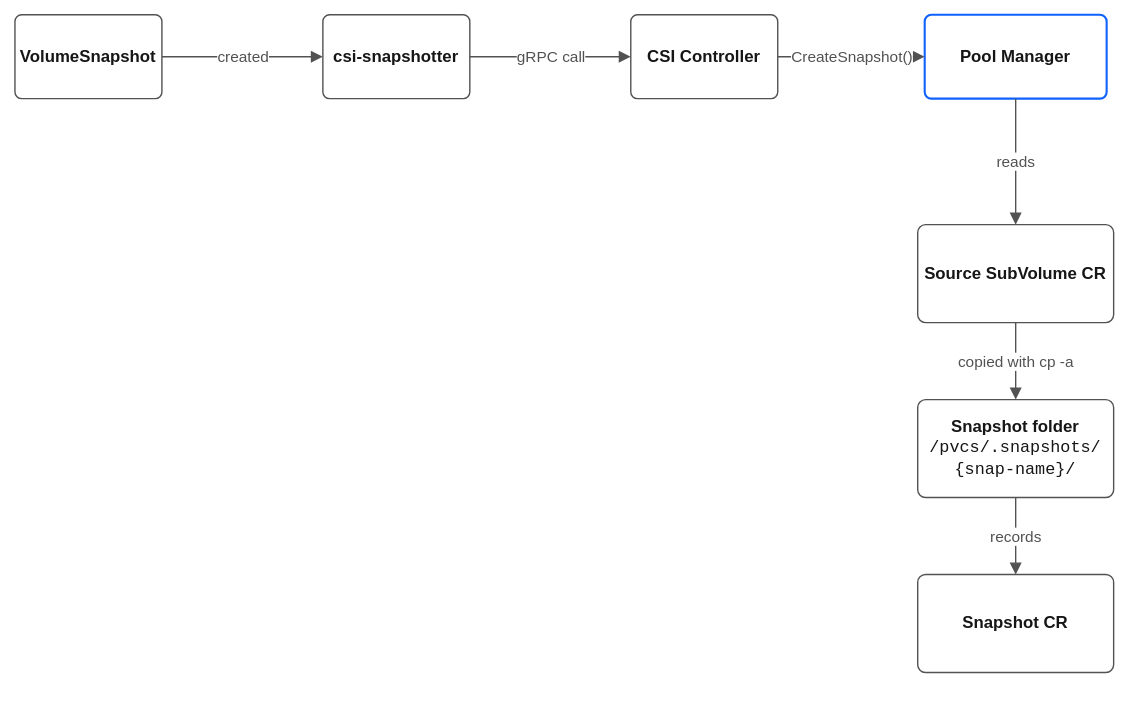
The draw.io diagram docs/images/architecture-create-snapshot.drawio.svg in neil1taylor/ibm-vpc-file-pool-csi, before a commit. Source tidied: cells renumbered, new cells last; positions are measured from the earlier drawing's top-left corner, leaving out a move shared by most shapes.
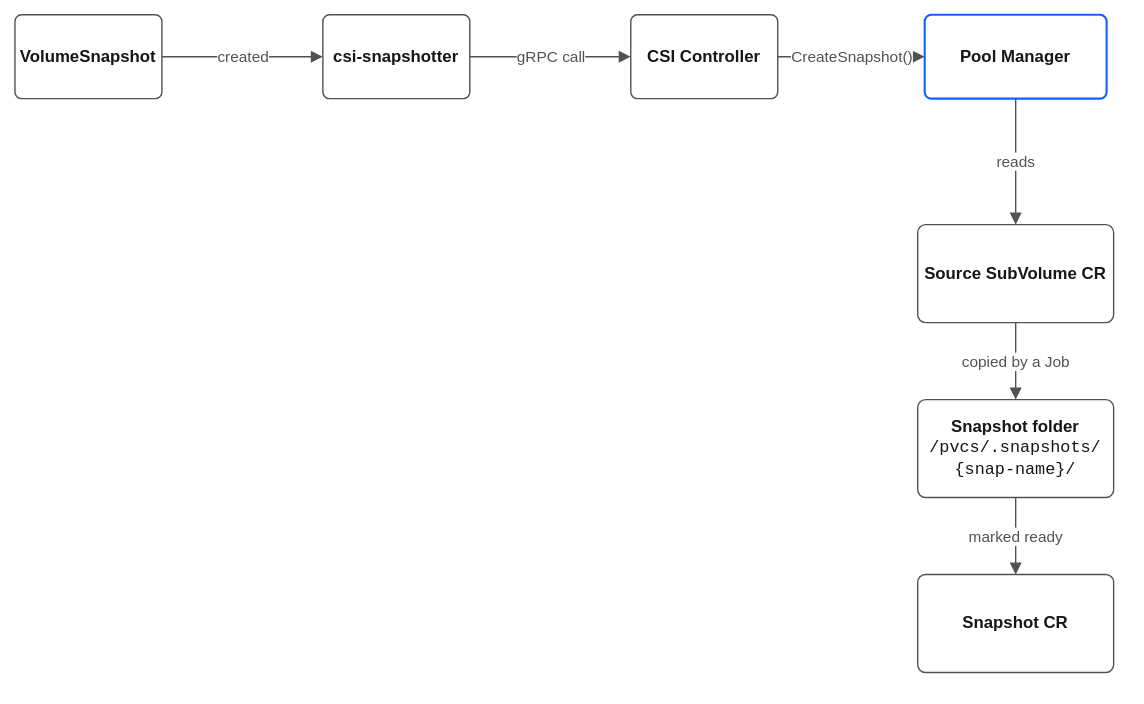
The same file after the commit.

What changed in the source:
```diff
@@ -32,10 +32,10 @@
     <mxCell id="11" value="&lt;b&gt;Snapshot CR&lt;/b&gt;" style="rounded=1;arcSize=8;whiteSpace=wrap;html=1;fillColor=#ffffff;strokeColor=#525252;fontFamily=Helvetica;fontSize=12;fontColor=#161616;" parent="1" vertex="1">
       <mxGeometry x="645" y="400" width="140" height="70" as="geometry" />
     </mxCell>
-    <mxCell id="12" value="copied with cp -a" style="endArrow=block;endFill=1;html=1;strokeColor=#525252;fontFamily=Helvetica;fontSize=11;fontColor=#525252;labelBackgroundColor=#ffffff;" parent="1" edge="1" source="9" target="10">
+    <mxCell id="12" value="copied by a Job" style="endArrow=block;endFill=1;html=1;strokeColor=#525252;fontFamily=Helvetica;fontSize=11;fontColor=#525252;labelBackgroundColor=#ffffff;" parent="1" edge="1" source="9" target="10">
       <mxGeometry relative="1" as="geometry" />
     </mxCell>
-    <mxCell id="13" value="records" style="endArrow=block;endFill=1;html=1;strokeColor=#525252;fontFamily=Helvetica;fontSize=11;fontColor=#525252;labelBackgroundColor=#ffffff;" parent="1" edge="1" source="10" target="11">
+    <mxCell id="13" value="marked ready" style="endArrow=block;endFill=1;html=1;strokeColor=#525252;fontFamily=Helvetica;fontSize=11;fontColor=#525252;labelBackgroundColor=#ffffff;" parent="1" edge="1" source="10" target="11">
       <mxGeometry relative="1" as="geometry" />
     </mxCell>
     <mxCell id="14" value="reads" style="endArrow=block;endFill=1;html=1;strokeColor=#525252;fontFamily=Helvetica;fontSize=11;fontColor=#525252;labelBackgroundColor=#ffffff;" parent="1" edge="1" source="5" target="9">
```
